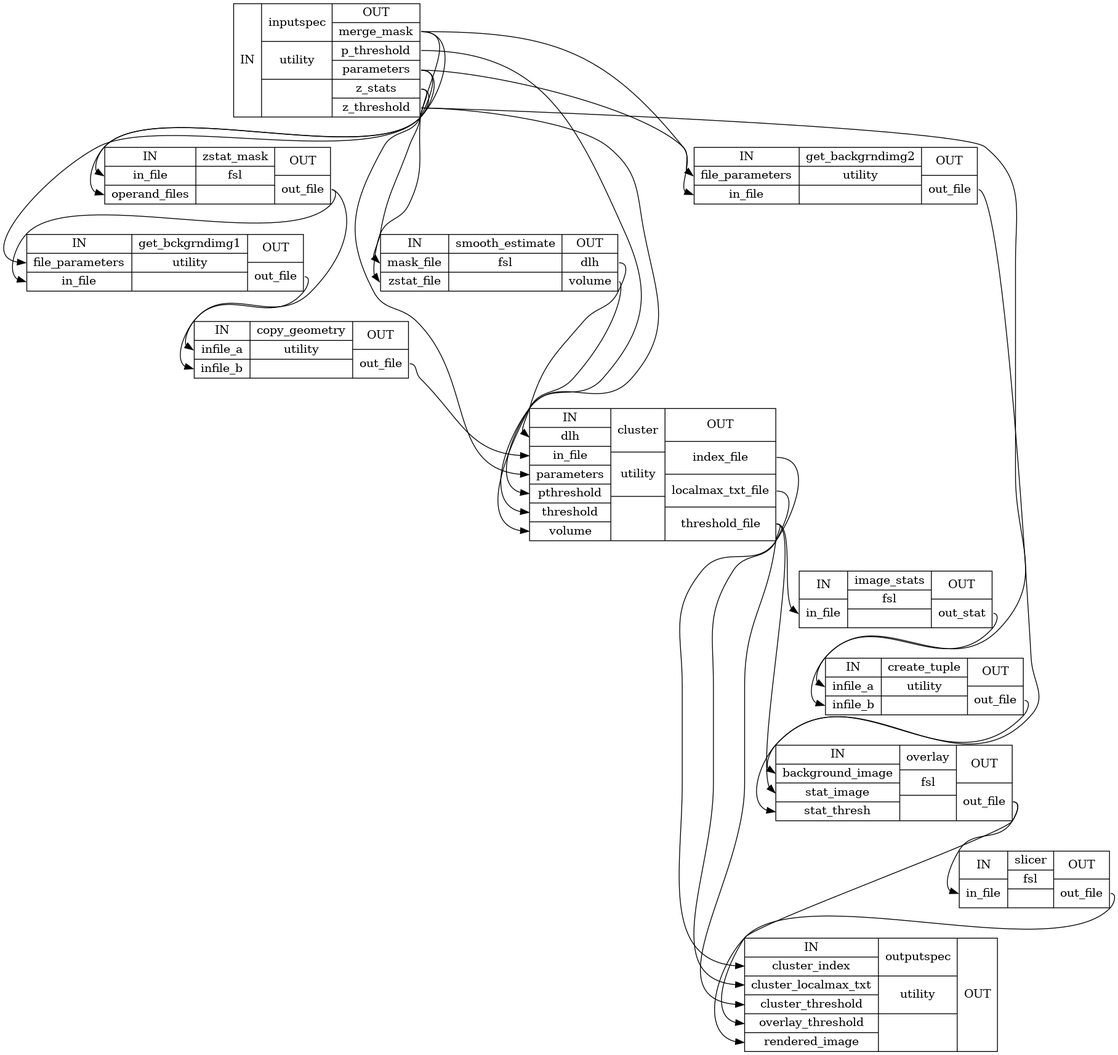
The Graphviz diagram docs/nightly/developer/workflows/images/generated/easy_thresh_detailed.png in FCP-INDI/fcp-indi.github.io, before a commit. Its source is kept beside it as docs/nightly/developer/workflows/images/generated/easy_thresh_detailed.dot. The source it was exported from:
```dot
digraph structs {
node [shape=record];
"easy_thresh_wfinputspec" [label="{IN}|{ inputspec | utility |  }|{OUT|<outmergemask> merge_mask|<outpthreshold> p_threshold|<outparameters> parameters|<outzstats> z_stats|<outzthreshold> z_threshold}"];
"easy_thresh_wfsmooth_estimate" [label="{IN|<inmaskfile> mask_file|<inzstatfile> zstat_file}|{ smooth_estimate | fsl |  }|{OUT|<outdlh> dlh|<outvolume> volume}"];
"easy_thresh_wfzstat_mask" [label="{IN|<ininfile> in_file|<inoperandfiles> operand_files}|{ zstat_mask | fsl |  }|{OUT|<outoutfile> out_file}"];
"easy_thresh_wfget_backgrndimg2" [label="{IN|<infileparameters> file_parameters|<ininfile> in_file}|{ get_backgrndimg2 | utility |  }|{OUT|<outoutfile> out_file}"];
"easy_thresh_wfget_bckgrndimg1" [label="{IN|<infileparameters> file_parameters|<ininfile> in_file}|{ get_bckgrndimg1 | utility |  }|{OUT|<outoutfile> out_file}"];
"easy_thresh_wfcopy_geometry" [label="{IN|<ininfilea> infile_a|<ininfileb> infile_b}|{ copy_geometry | utility |  }|{OUT|<outoutfile> out_file}"];
"easy_thresh_wfcluster" [label="{IN|<indlh> dlh|<ininfile> in_file|<inparameters> parameters|<inpthreshold> pthreshold|<inthreshold> threshold|<involume> volume}|{ cluster | utility |  }|{OUT|<outindexfile> index_file|<outlocalmaxtxtfile> localmax_txt_file|<outthresholdfile> threshold_file}"];
"easy_thresh_wfimage_stats" [label="{IN|<ininfile> in_file}|{ image_stats | fsl |  }|{OUT|<outoutstat> out_stat}"];
"easy_thresh_wfcreate_tuple" [label="{IN|<ininfilea> infile_a|<ininfileb> infile_b}|{ create_tuple | utility |  }|{OUT|<outoutfile> out_file}"];
"easy_thresh_wfoverlay" [label="{IN|<inbackgroundimage> background_image|<instatimage> stat_image|<instatthresh> stat_thresh}|{ overlay | fsl |  }|{OUT|<outoutfile> out_file}"];
"easy_thresh_wfslicer" [label="{IN|<ininfile> in_file}|{ slicer | fsl |  }|{OUT|<outoutfile> out_file}"];
"easy_thresh_wfoutputspec" [label="{IN|<inclusterindex> cluster_index|<inclusterlocalmaxtxt> cluster_localmax_txt|<inclusterthreshold> cluster_threshold|<inoverlaythreshold> overlay_threshold|<inrenderedimage> rendered_image}|{ outputspec | utility |  }|{OUT}"];
"easy_thresh_wfcluster":"outindexfile":e -> "easy_thresh_wfoutputspec":"inclusterindex":w;
"easy_thresh_wfcluster":"outlocalmaxtxtfile":e -> "easy_thresh_wfoutputspec":"inclusterlocalmaxtxt":w;
"easy_thresh_wfcluster":"outthresholdfile":e -> "easy_thresh_wfimage_stats":"ininfile":w;
"easy_thresh_wfcluster":"outthresholdfile":e -> "easy_thresh_wfoutputspec":"inclusterthreshold":w;
"easy_thresh_wfcluster":"outthresholdfile":e -> "easy_thresh_wfoverlay":"instatimage":w;
"easy_thresh_wfcopy_geometry":"outoutfile":e -> "easy_thresh_wfcluster":"ininfile":w;
"easy_thresh_wfcreate_tuple":"outoutfile":e -> "easy_thresh_wfoverlay":"instatthresh":w;
"easy_thresh_wfget_backgrndimg2":"outoutfile":e -> "easy_thresh_wfoverlay":"inbackgroundimage":w;
"easy_thresh_wfget_bckgrndimg1":"outoutfile":e -> "easy_thresh_wfcopy_geometry":"ininfilea":w;
"easy_thresh_wfimage_stats":"outoutstat":e -> "easy_thresh_wfcreate_tuple":"ininfileb":w;
"easy_thresh_wfinputspec":"outmergemask":e -> "easy_thresh_wfget_backgrndimg2":"ininfile":w;
"easy_thresh_wfinputspec":"outmergemask":e -> "easy_thresh_wfsmooth_estimate":"inmaskfile":w;
"easy_thresh_wfinputspec":"outmergemask":e -> "easy_thresh_wfzstat_mask":"inoperandfiles":w;
"easy_thresh_wfinputspec":"outparameters":e -> "easy_thresh_wfcluster":"inparameters":w;
"easy_thresh_wfinputspec":"outparameters":e -> "easy_thresh_wfget_backgrndimg2":"infileparameters":w;
"easy_thresh_wfinputspec":"outparameters":e -> "easy_thresh_wfget_bckgrndimg1":"infileparameters":w;
"easy_thresh_wfinputspec":"outpthreshold":e -> "easy_thresh_wfcluster":"inpthreshold":w;
"easy_thresh_wfinputspec":"outzstats":e -> "easy_thresh_wfsmooth_estimate":"inzstatfile":w;
"easy_thresh_wfinputspec":"outzstats":e -> "easy_thresh_wfzstat_mask":"ininfile":w;
"easy_thresh_wfinputspec":"outzthreshold":e -> "easy_thresh_wfcluster":"inthreshold":w;
"easy_thresh_wfinputspec":"outzthreshold":e -> "easy_thresh_wfcreate_tuple":"ininfilea":w;
"easy_thresh_wfoverlay":"outoutfile":e -> "easy_thresh_wfoutputspec":"inoverlaythreshold":w;
"easy_thresh_wfoverlay":"outoutfile":e -> "easy_thresh_wfslicer":"ininfile":w;
"easy_thresh_wfslicer":"outoutfile":e -> "easy_thresh_wfoutputspec":"inrenderedimage":w;
"easy_thresh_wfsmooth_estimate":"outdlh":e -> "easy_thresh_wfcluster":"indlh":w;
"easy_thresh_wfsmooth_estimate":"outvolume":e -> "easy_thresh_wfcluster":"involume":w;
"easy_thresh_wfzstat_mask":"outoutfile":e -> "easy_thresh_wfcopy_geometry":"ininfileb":w;
"easy_thresh_wfzstat_mask":"outoutfile":e -> "easy_thresh_wfget_bckgrndimg1":"ininfile":w;
}
```
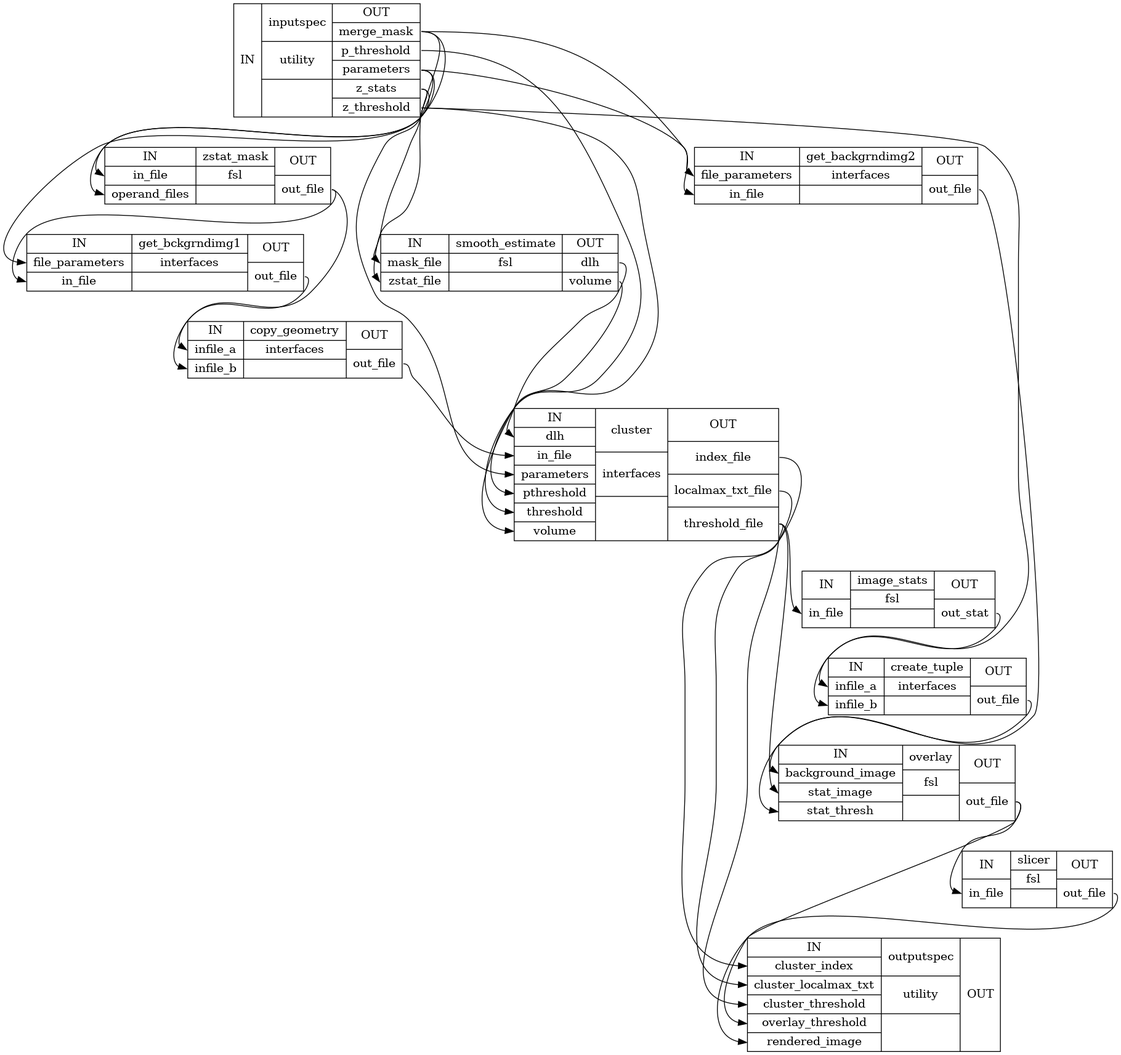
The same diagram one commit later.

Diff of the diagram source:
```diff
@@ -3,12 +3,12 @@
 "easy_thresh_wfinputspec" [label="{IN}|{ inputspec | utility |  }|{OUT|<outmergemask> merge_mask|<outpthreshold> p_threshold|<outparameters> parameters|<outzstats> z_stats|<outzthreshold> z_threshold}"];
 "easy_thresh_wfsmooth_estimate" [label="{IN|<inmaskfile> mask_file|<inzstatfile> zstat_file}|{ smooth_estimate | fsl |  }|{OUT|<outdlh> dlh|<outvolume> volume}"];
 "easy_thresh_wfzstat_mask" [label="{IN|<ininfile> in_file|<inoperandfiles> operand_files}|{ zstat_mask | fsl |  }|{OUT|<outoutfile> out_file}"];
-"easy_thresh_wfget_backgrndimg2" [label="{IN|<infileparameters> file_parameters|<ininfile> in_file}|{ get_backgrndimg2 | utility |  }|{OUT|<outoutfile> out_file}"];
-"easy_thresh_wfget_bckgrndimg1" [label="{IN|<infileparameters> file_parameters|<ininfile> in_file}|{ get_bckgrndimg1 | utility |  }|{OUT|<outoutfile> out_file}"];
-"easy_thresh_wfcopy_geometry" [label="{IN|<ininfilea> infile_a|<ininfileb> infile_b}|{ copy_geometry | utility |  }|{OUT|<outoutfile> out_file}"];
-"easy_thresh_wfcluster" [label="{IN|<indlh> dlh|<ininfile> in_file|<inparameters> parameters|<inpthreshold> pthreshold|<inthreshold> threshold|<involume> volume}|{ cluster | utility |  }|{OUT|<outindexfile> index_file|<outlocalmaxtxtfile> localmax_txt_file|<outthresholdfile> threshold_file}"];
+"easy_thresh_wfget_backgrndimg2" [label="{IN|<infileparameters> file_parameters|<ininfile> in_file}|{ get_backgrndimg2 | interfaces |  }|{OUT|<outoutfile> out_file}"];
+"easy_thresh_wfget_bckgrndimg1" [label="{IN|<infileparameters> file_parameters|<ininfile> in_file}|{ get_bckgrndimg1 | interfaces |  }|{OUT|<outoutfile> out_file}"];
+"easy_thresh_wfcopy_geometry" [label="{IN|<ininfilea> infile_a|<ininfileb> infile_b}|{ copy_geometry | interfaces |  }|{OUT|<outoutfile> out_file}"];
+"easy_thresh_wfcluster" [label="{IN|<indlh> dlh|<ininfile> in_file|<inparameters> parameters|<inpthreshold> pthreshold|<inthreshold> threshold|<involume> volume}|{ cluster | interfaces |  }|{OUT|<outindexfile> index_file|<outlocalmaxtxtfile> localmax_txt_file|<outthresholdfile> threshold_file}"];
 "easy_thresh_wfimage_stats" [label="{IN|<ininfile> in_file}|{ image_stats | fsl |  }|{OUT|<outoutstat> out_stat}"];
-"easy_thresh_wfcreate_tuple" [label="{IN|<ininfilea> infile_a|<ininfileb> infile_b}|{ create_tuple | utility |  }|{OUT|<outoutfile> out_file}"];
+"easy_thresh_wfcreate_tuple" [label="{IN|<ininfilea> infile_a|<ininfileb> infile_b}|{ create_tuple | interfaces |  }|{OUT|<outoutfile> out_file}"];
 "easy_thresh_wfoverlay" [label="{IN|<inbackgroundimage> background_image|<instatimage> stat_image|<instatthresh> stat_thresh}|{ overlay | fsl |  }|{OUT|<outoutfile> out_file}"];
 "easy_thresh_wfslicer" [label="{IN|<ininfile> in_file}|{ slicer | fsl |  }|{OUT|<outoutfile> out_file}"];
 "easy_thresh_wfoutputspec" [label="{IN|<inclusterindex> cluster_index|<inclusterlocalmaxtxt> cluster_localmax_txt|<inclusterthreshold> cluster_threshold|<inoverlaythreshold> overlay_threshold|<inrenderedimage> rendered_image}|{ outputspec | utility |  }|{OUT}"];
```
